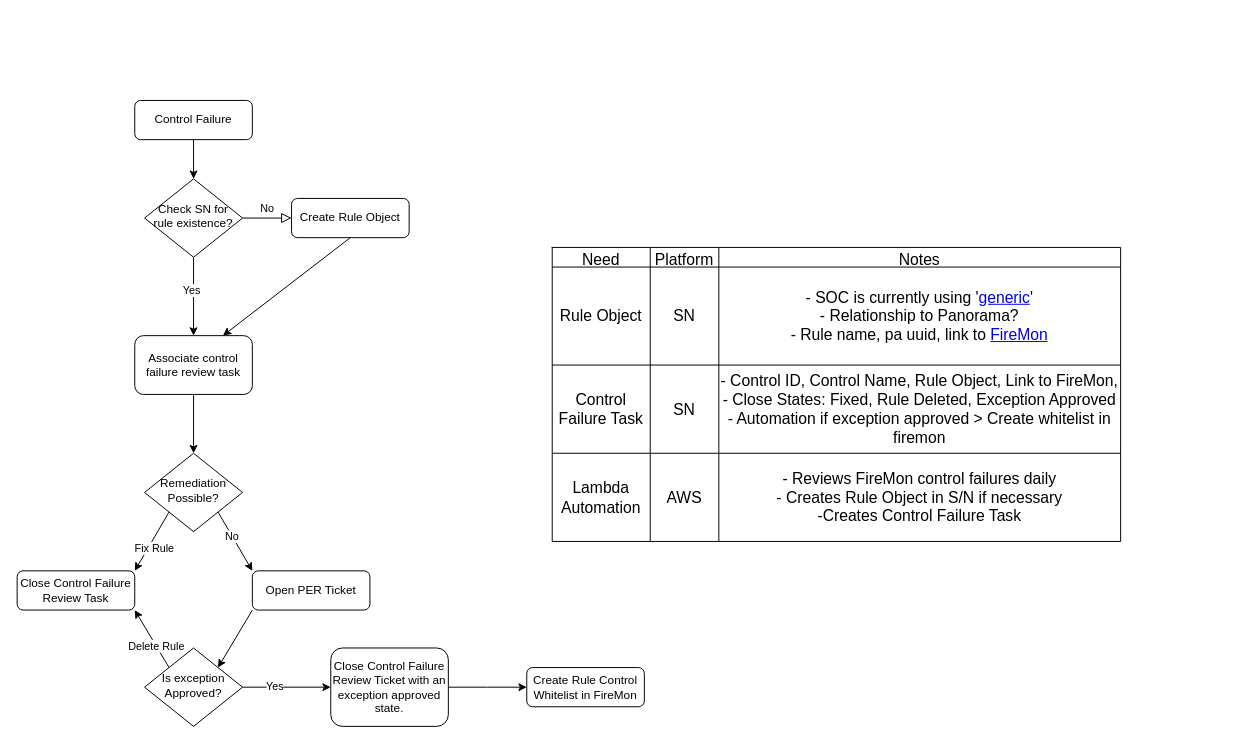
This is rule_compliance_remediation_prelim_hld.drawio from jayatthebay/designs, a draw.io file, before an edit. Source tidied: cells renumbered, new cells numbered last; positions are measured from the earlier drawing's top-left corner, leaving out a move shared by most shapes. Both pictures are drawn from the tidied source at 98%, with x=0, y=0 at pixel (17, 100).
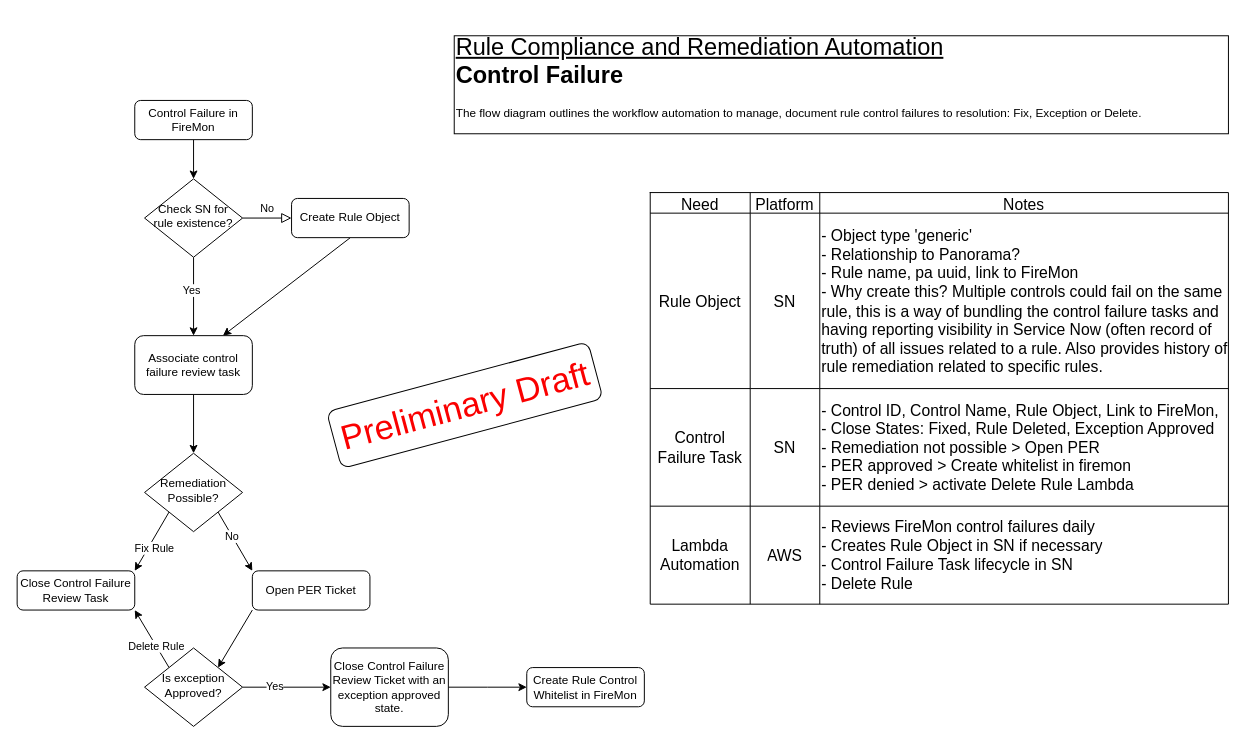
Above is the later version.

Diff of the diagram source:
```diff
@@
-    <mxCell id="3" value="Control Failure" style="rounded=1;whiteSpace=wrap;html=1;fontSize=12;glass=0;strokeWidth=1;shadow=0;" parent="1" vertex="1">
+    <mxCell id="3" value="Control Failure in FireMon" style="rounded=1;whiteSpace=wrap;html=1;fontSize=12;glass=0;strokeWidth=1;shadow=0;" parent="1" vertex="1">
       <mxGeometry x="120" width="120" height="40" as="geometry" />
     </mxCell>
@@
     <mxCell id="28" style="shape=table;startSize=0;childLayout=tableLayout;fontSize=16;" parent="1" vertex="1">
-      <mxGeometry x="546" y="150" width="580" height="300" as="geometry" />
+      <mxGeometry x="646" y="94" width="590" height="420" as="geometry" />
     </mxCell>
     <mxCell id="29" style="shape=tableRow;horizontal=0;startSize=0;swimlaneHead=0;swimlaneBody=0;strokeColor=inherit;top=0;left=0;bottom=0;right=0;fillColor=none;fontSize=16;" parent="28" vertex="1">
-      <mxGeometry width="580" height="20" as="geometry" />
+      <mxGeometry width="590" height="21" as="geometry" />
     </mxCell>
     <mxCell id="30" value="Need" style="shape=partialRectangle;html=1;whiteSpace=wrap;strokeColor=inherit;overflow=hidden;fillColor=none;top=0;left=0;bottom=0;right=0;fontSize=16;" parent="29" vertex="1">
-      <mxGeometry width="100" height="20" as="geometry" />
+      <mxGeometry width="102" height="21" as="geometry" />
     </mxCell>
     <mxCell id="31" value="Platform" style="shape=partialRectangle;html=1;whiteSpace=wrap;strokeColor=inherit;overflow=hidden;fillColor=none;top=0;left=0;bottom=0;right=0;fontSize=16;" parent="29" vertex="1">
-      <mxGeometry x="100" width="70" height="20" as="geometry" />
+      <mxGeometry x="102" width="71" height="21" as="geometry" />
     </mxCell>
     <mxCell id="32" value="Notes" style="shape=partialRectangle;html=1;whiteSpace=wrap;strokeColor=inherit;overflow=hidden;fillColor=none;top=0;left=0;bottom=0;right=0;fontSize=16;" parent="29" vertex="1">
-      <mxGeometry x="170" width="410" height="20" as="geometry" />
+      <mxGeometry x="173" width="417" height="21" as="geometry" />
     </mxCell>
     <mxCell id="33" style="shape=tableRow;horizontal=0;startSize=0;swimlaneHead=0;swimlaneBody=0;strokeColor=inherit;top=0;left=0;bottom=0;right=0;fillColor=none;fontSize=16;" parent="28" vertex="1">
-      <mxGeometry y="20" width="580" height="100" as="geometry" />
+      <mxGeometry y="21" width="590" height="179" as="geometry" />
     </mxCell>
     <mxCell id="34" value="Rule Object" style="shape=partialRectangle;html=1;whiteSpace=wrap;strokeColor=inherit;overflow=hidden;fillColor=none;top=0;left=0;bottom=0;right=0;fontSize=16;" parent="33" vertex="1">
-      <mxGeometry width="100" height="100" as="geometry" />
+      <mxGeometry width="102" height="179" as="geometry" />
     </mxCell>
     <mxCell id="35" value="SN" style="shape=partialRectangle;html=1;whiteSpace=wrap;strokeColor=inherit;overflow=hidden;fillColor=none;top=0;left=0;bottom=0;right=0;fontSize=16;" parent="33" vertex="1">
-      <mxGeometry x="100" width="70" height="100" as="geometry" />
+      <mxGeometry x="102" width="71" height="179" as="geometry" />
     </mxCell>
-    <mxCell id="36" value="- SOC is currently using '&lt;a href=&quot;https://aegon.service-now.com/nav_to.do?uri=%2Fu_cmdb_ci_generic.do%3Fsys_id%3D6065db7097df9ad00024b6a3f153af8e%26sysparm_view%3D&quot;&gt;generic&lt;/a&gt;'&lt;br&gt;- Relationship to Panorama?&lt;br&gt;- Rule name, pa uuid, link to &lt;a href=&quot;https://crfiremonapp.us.aegon.com/securitymanager/#/domain/1/listrules?page=1&amp;amp;count=20&amp;amp;advancedMode=1&amp;amp;siql=devicegroup%7Bid%3D93%7D%20AND%20rule%20%7B%20vendorIdentifier%20%3D%20'32c67186-bec9-4678-83b9-3ff8154e31df'%20%7D&quot;&gt;FireMon&lt;/a&gt;" style="shape=partialRectangle;html=1;whiteSpace=wrap;strokeColor=inherit;overflow=hidden;fillColor=none;top=0;left=0;bottom=0;right=0;fontSize=16;" parent="33" vertex="1">
-      <mxGeometry x="170" width="410" height="100" as="geometry" />
+    <mxCell id="36" value="- Object type 'generic'&lt;br&gt;- Relationship to Panorama?&lt;br&gt;- Rule name, pa uuid, link to FireMon&lt;div&gt;- Why create this? Multiple controls could fail on the same rule, this is a way of bundling the control failure tasks and having reporting visibility in Service Now (often record of truth) of all issues related to a rule. Also provides history of rule remediation related to specific rules.&lt;/div&gt;" style="shape=partialRectangle;html=1;whiteSpace=wrap;strokeColor=inherit;overflow=hidden;fillColor=none;top=0;left=0;bottom=0;right=0;fontSize=16;align=left;" parent="33" vertex="1">
+      <mxGeometry x="173" width="417" height="179" as="geometry" />
     </mxCell>
     <mxCell id="37" style="shape=tableRow;horizontal=0;startSize=0;swimlaneHead=0;swimlaneBody=0;strokeColor=inherit;top=0;left=0;bottom=0;right=0;fillColor=none;fontSize=16;" parent="28" vertex="1">
-      <mxGeometry y="120" width="580" height="90" as="geometry" />
+      <mxGeometry y="200" width="590" height="120" as="geometry" />
     </mxCell>
     <mxCell id="38" value="Control Failure Task" style="shape=partialRectangle;html=1;whiteSpace=wrap;strokeColor=inherit;overflow=hidden;fillColor=none;top=0;left=0;bottom=0;right=0;fontSize=16;" parent="37" vertex="1">
-      <mxGeometry width="100" height="90" as="geometry" />
+      <mxGeometry width="102" height="120" as="geometry" />
     </mxCell>
     <mxCell id="39" value="SN" style="shape=partialRectangle;html=1;whiteSpace=wrap;strokeColor=inherit;overflow=hidden;fillColor=none;top=0;left=0;bottom=0;right=0;fontSize=16;" parent="37" vertex="1">
-      <mxGeometry x="100" width="70" height="90" as="geometry" />
+      <mxGeometry x="102" width="71" height="120" as="geometry" />
     </mxCell>
-    <mxCell id="40" value="- Control ID, Control Name, Rule Object, Link to FireMon,&lt;div&gt;- Close States: Fixed, Rule Deleted, Exception Approved&lt;br&gt;- Automation if exception approved &amp;gt; Create whitelist in firemon&lt;/div&gt;" style="shape=partialRectangle;html=1;whiteSpace=wrap;strokeColor=inherit;overflow=hidden;fillColor=none;top=0;left=0;bottom=0;right=0;fontSize=16;" parent="37" vertex="1">
-      <mxGeometry x="170" width="410" height="90" as="geometry" />
+    <mxCell id="40" value="- Control ID, Control Name, Rule Object, Link to FireMon,&lt;div&gt;- Close States: Fixed, Rule Deleted, Exception Approved&lt;/div&gt;&lt;div&gt;- Remediation not possible &amp;gt; Open PER&lt;br&gt;- PER approved &amp;gt; Create whitelist in firemon&lt;/div&gt;&lt;div&gt;- PER denied &amp;gt; activate Delete Rule Lambda&lt;/div&gt;" style="shape=partialRectangle;html=1;whiteSpace=wrap;strokeColor=inherit;overflow=hidden;fillColor=none;top=0;left=0;bottom=0;right=0;fontSize=16;align=left;" parent="37" vertex="1">
+      <mxGeometry x="173" width="417" height="120" as="geometry" />
     </mxCell>
     <mxCell id="41" style="shape=tableRow;horizontal=0;startSize=0;swimlaneHead=0;swimlaneBody=0;strokeColor=inherit;top=0;left=0;bottom=0;right=0;fillColor=none;fontSize=16;" parent="28" vertex="1">
-      <mxGeometry y="210" width="580" height="90" as="geometry" />
+      <mxGeometry y="320" width="590" height="100" as="geometry" />
     </mxCell>
     <mxCell id="42" value="Lambda Automation" style="shape=partialRectangle;html=1;whiteSpace=wrap;strokeColor=inherit;overflow=hidden;fillColor=none;top=0;left=0;bottom=0;right=0;fontSize=16;" parent="41" vertex="1">
-      <mxGeometry width="100" height="90" as="geometry" />
+      <mxGeometry width="102" height="100" as="geometry" />
     </mxCell>
     <mxCell id="43" value="AWS" style="shape=partialRectangle;html=1;whiteSpace=wrap;strokeColor=inherit;overflow=hidden;fillColor=none;top=0;left=0;bottom=0;right=0;fontSize=16;" parent="41" vertex="1">
-      <mxGeometry x="100" width="70" height="90" as="geometry" />
+      <mxGeometry x="102" width="71" height="100" as="geometry" />
     </mxCell>
-    <mxCell id="44" value="- Reviews FireMon control failures daily&lt;br&gt;- Creates Rule Object in S/N if necessary&lt;br&gt;-Creates Control Failure Task" style="shape=partialRectangle;html=1;whiteSpace=wrap;strokeColor=inherit;overflow=hidden;fillColor=none;top=0;left=0;bottom=0;right=0;fontSize=16;" parent="41" vertex="1">
-      <mxGeometry x="170" width="410" height="90" as="geometry" />
+    <mxCell id="44" value="- Reviews FireMon control failures daily&lt;br&gt;- Creates Rule Object in SN if necessary&lt;br&gt;- Control Failure Task lifecycle in SN&lt;div&gt;- Delete Rule&lt;/div&gt;" style="shape=partialRectangle;html=1;whiteSpace=wrap;strokeColor=inherit;overflow=hidden;fillColor=none;top=0;left=0;bottom=0;right=0;fontSize=16;align=left;" parent="41" vertex="1">
+      <mxGeometry x="173" width="417" height="100" as="geometry" />
     </mxCell>
+    <mxCell id="45" value="&lt;h1 style=&quot;color: rgb(255, 255, 255);&quot;&gt;&lt;font style=&quot;color: rgb(0, 0, 0);&quot;&gt;&lt;span style=&quot;font-weight: 400;&quot;&gt;&lt;u&gt;Rule Compliance and Remediation Automation&lt;br&gt;&lt;/u&gt;&lt;/span&gt;Control Failure&lt;/font&gt;&lt;/h1&gt;&lt;p style=&quot;color: rgb(255, 255, 255);&quot;&gt;&lt;font style=&quot;color: rgb(0, 0, 0);&quot;&gt;The flow diagram outlines the workflow automation to manage, document rule control failures to resolution: Fix, Exception or Delete&lt;/font&gt;&lt;span style=&quot;color: light-dark(rgb(0, 0, 0), rgb(237, 237, 237)); background-color: transparent;&quot;&gt;.&lt;/span&gt;&lt;/p&gt;" style="rounded=0;whiteSpace=wrap;html=1;align=left;verticalAlign=bottom;" parent="1" vertex="1">
+      <mxGeometry x="446" y="-66" width="790" height="100" as="geometry" />
+    </mxCell>
+    <mxCell id="46" value="&lt;font style=&quot;font-size: 35px; color: light-dark(rgb(250, 0, 0), rgb(237, 237, 237));&quot;&gt;Preliminary Draft&lt;/font&gt;" style="rounded=1;whiteSpace=wrap;html=1;rotation=-15;" parent="1" vertex="1">
+      <mxGeometry x="318.8" y="280.9" width="276" height="60" as="geometry" />
+    </mxCell>
```
